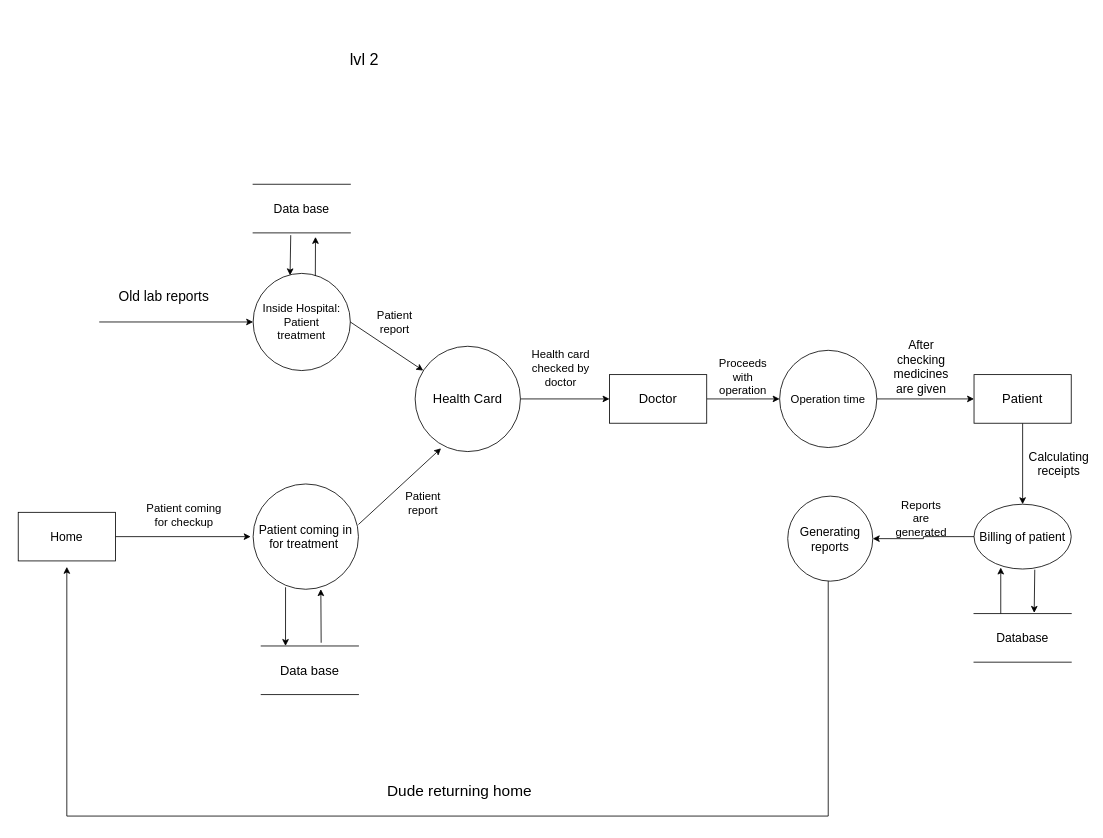
This is Lvl 2.drawio from Spart-v6/diagram, a draw.io file, before an edit. Source tidied: cells renumbered, new cells numbered last; positions are measured from the earlier drawing's top-left corner, leaving out a move shared by most shapes. Both pictures are drawn from the tidied source at 81%, with x=0, y=0 at pixel (18, 14). Pictures stored in the file or linked from it are replaced by grey dashed boxes.
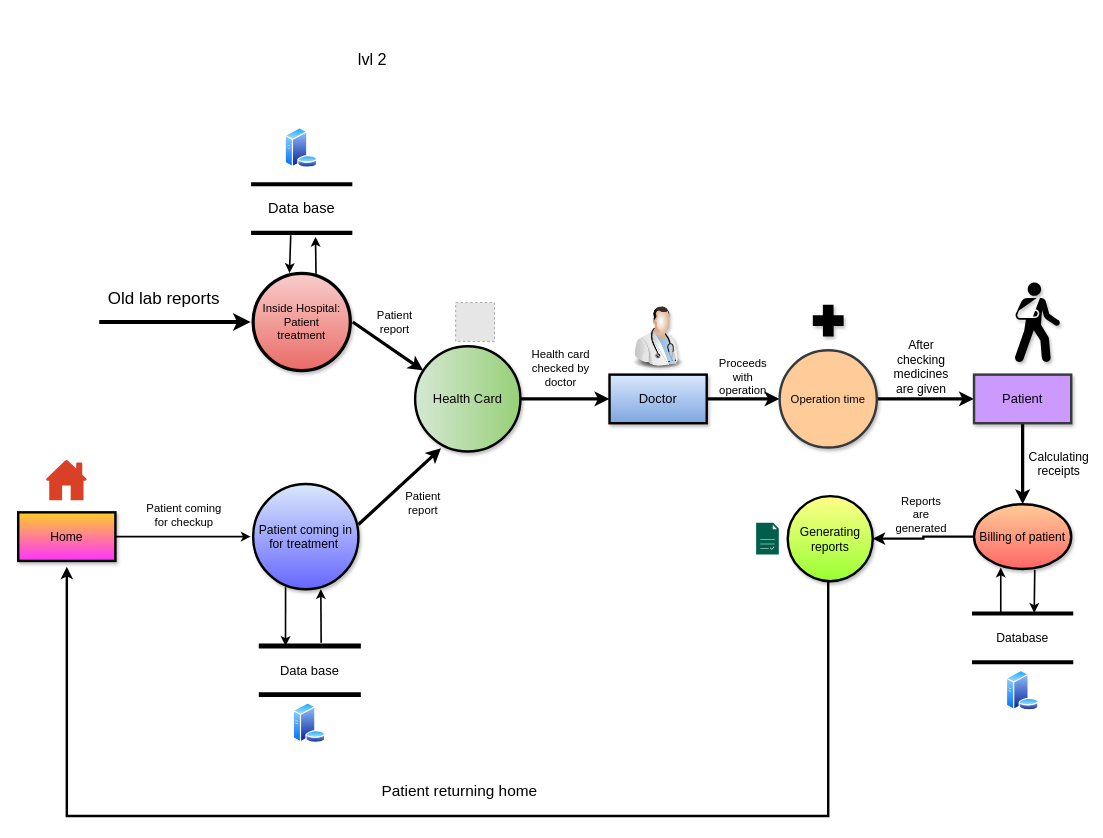
Above is the later version.

The edit, as a diff of the source:
```diff
@@
     <mxCell id="2" value="&lt;font style=&quot;font-size: 20px&quot;&gt;lvl 2&lt;/font&gt;" style="text;html=1;strokeColor=none;fillColor=none;align=center;verticalAlign=middle;whiteSpace=wrap;rounded=0;" parent="1" vertex="1">
-      <mxGeometry x="290" width="275" height="110" as="geometry" />
+      <mxGeometry x="300" width="275" height="110" as="geometry" />
     </mxCell>
-    <mxCell id="3" value="&lt;font style=&quot;font-size: 14px&quot;&gt;Inside Hospital:&lt;br&gt;Patient&lt;br&gt;treatment&lt;/font&gt;" style="ellipse;whiteSpace=wrap;html=1;" parent="1" vertex="1">
+    <mxCell id="3" value="&lt;font style=&quot;font-size: 14px&quot;&gt;Inside Hospital:&lt;br&gt;Patient&lt;br&gt;treatment&lt;/font&gt;" style="ellipse;whiteSpace=wrap;html=1;gradientDirection=south;strokeWidth=4;perimeterSpacing=3;shadow=1;sketch=0;gradientColor=#ea6b66;fillColor=#f8cecc;" parent="1" vertex="1">
       <mxGeometry x="290" y="320" width="120" height="120" as="geometry" />
     </mxCell>
-    <mxCell id="4" value="&lt;font style=&quot;font-size: 15px&quot;&gt;Data base&lt;/font&gt;" style="shape=partialRectangle;whiteSpace=wrap;html=1;left=0;right=0;fillColor=none;" parent="1" vertex="1">
+    <mxCell id="4" value="&lt;font style=&quot;font-size: 18px&quot;&gt;Data base&lt;/font&gt;" style="shape=partialRectangle;whiteSpace=wrap;html=1;left=0;right=0;fillColor=none;strokeWidth=5;" parent="1" vertex="1">
       <mxGeometry x="290" y="210" width="120" height="60" as="geometry" />
     </mxCell>
-    <mxCell id="5" style="endArrow=classic;html=1;exitX=0.64;exitY=0.027;exitDx=0;exitDy=0;exitPerimeter=0;" parent="1" edge="1" source="3">
+    <mxCell id="5" style="endArrow=classic;html=1;exitX=0.64;exitY=0.027;exitDx=0;exitDy=0;exitPerimeter=0;strokeWidth=2;" parent="1" edge="1" source="3">
       <mxGeometry relative="1" as="geometry">
         <mxPoint x="367" y="275" as="targetPoint" />
       </mxGeometry>
     </mxCell>
-    <mxCell id="6" style="endArrow=classic;html=1;exitX=0.387;exitY=1.047;exitDx=0;exitDy=0;exitPerimeter=0;entryX=0.38;entryY=0.02;entryDx=0;entryDy=0;entryPerimeter=0;" parent="1" edge="1" source="4" target="3">
+    <mxCell id="6" style="endArrow=classic;html=1;exitX=0.387;exitY=1.047;exitDx=0;exitDy=0;exitPerimeter=0;entryX=0.38;entryY=0.02;entryDx=0;entryDy=0;entryPerimeter=0;strokeWidth=2;" parent="1" edge="1" source="4" target="3">
       <mxGeometry relative="1" as="geometry" />
     </mxCell>
-    <mxCell id="7" style="endArrow=classic;html=1;exitX=1;exitY=0.5;exitDx=0;exitDy=0;" parent="1" edge="1" source="3">
+    <mxCell id="7" style="endArrow=classic;html=1;exitX=1;exitY=0.5;exitDx=0;exitDy=0;strokeWidth=4;" parent="1" edge="1" source="3">
       <mxGeometry relative="1" as="geometry">
         <mxPoint x="500" y="440" as="targetPoint" />
       </mxGeometry>
     </mxCell>
-    <mxCell id="8" style="edgeStyle=orthogonalEdgeStyle;rounded=0;jettySize=auto;html=1;entryX=0;entryY=0.5;entryDx=0;entryDy=0;" parent="1" edge="1" source="9" target="21">
+    <mxCell id="8" style="edgeStyle=orthogonalEdgeStyle;rounded=0;jettySize=auto;html=1;entryX=0;entryY=0.5;entryDx=0;entryDy=0;strokeWidth=4;" parent="1" edge="1" source="9" target="21">
       <mxGeometry relative="1" as="geometry" />
     </mxCell>
-    <mxCell id="9" value="&lt;font style=&quot;font-size: 16px&quot;&gt;Health Card&lt;/font&gt;" style="ellipse;whiteSpace=wrap;html=1;" parent="1" vertex="1">
+    <mxCell id="9" value="&lt;font style=&quot;font-size: 16px&quot;&gt;Health Card&lt;/font&gt;" style="ellipse;whiteSpace=wrap;html=1;fillColor=#d5e8d4;strokeWidth=3;gradientColor=#97d077;gradientDirection=east;shadow=1;" parent="1" vertex="1">
       <mxGeometry x="490" y="410" width="130" height="130" as="geometry" />
     </mxCell>
-    <mxCell id="10" value="&lt;font style=&quot;font-size: 15px&quot;&gt;Patient coming in&lt;br&gt;for treatment&amp;nbsp;&lt;/font&gt;" style="ellipse;whiteSpace=wrap;html=1;" parent="1" vertex="1">
+    <mxCell id="10" value="&lt;font style=&quot;font-size: 15px&quot;&gt;Patient coming in&lt;br&gt;for treatment&amp;nbsp;&lt;/font&gt;" style="ellipse;whiteSpace=wrap;html=1;fillColor=#dae8fc;strokeWidth=3;gradientColor=#6666FF;shadow=1;" parent="1" vertex="1">
       <mxGeometry x="290" y="580" width="130" height="130" as="geometry" />
     </mxCell>
-    <mxCell id="11" value="&lt;font style=&quot;font-size: 16px&quot;&gt;Data base&lt;/font&gt;" style="shape=partialRectangle;whiteSpace=wrap;html=1;left=0;right=0;fillColor=none;" parent="1" vertex="1">
+    <mxCell id="11" value="&lt;font style=&quot;font-size: 16px&quot;&gt;Data base&lt;/font&gt;" style="shape=partialRectangle;whiteSpace=wrap;html=1;left=0;right=0;fillColor=none;strokeWidth=6;" parent="1" vertex="1">
       <mxGeometry x="300" y="780" width="120" height="60" as="geometry" />
     </mxCell>
-    <mxCell id="12" style="endArrow=classic;html=1;exitX=1;exitY=0.385;exitDx=0;exitDy=0;exitPerimeter=0;entryX=0.246;entryY=0.969;entryDx=0;entryDy=0;entryPerimeter=0;" parent="1" edge="1" source="10" target="9">
+    <mxCell id="12" style="endArrow=classic;html=1;exitX=1;exitY=0.385;exitDx=0;exitDy=0;exitPerimeter=0;entryX=0.246;entryY=0.969;entryDx=0;entryDy=0;entryPerimeter=0;strokeWidth=4;" parent="1" edge="1" source="10" target="9">
       <mxGeometry relative="1" as="geometry" />
     </mxCell>
-    <mxCell id="13" style="endArrow=classic;html=1;exitX=1;exitY=0.5;exitDx=0;exitDy=0;" parent="1" edge="1" source="14">
+    <mxCell id="13" style="endArrow=classic;html=1;exitX=1;exitY=0.5;exitDx=0;exitDy=0;strokeWidth=2;" parent="1" edge="1" source="14">
       <mxGeometry relative="1" as="geometry">
         <mxPoint x="287" y="645" as="targetPoint" />
       </mxGeometry>
     </mxCell>
-    <mxCell id="14" value="&lt;font style=&quot;font-size: 15px&quot;&gt;Home&lt;/font&gt;" style="rounded=0;whiteSpace=wrap;html=1;" parent="1" vertex="1">
+    <mxCell id="14" value="&lt;font style=&quot;font-size: 15px&quot;&gt;Home&lt;/font&gt;" style="rounded=0;whiteSpace=wrap;html=1;fillColor=#ffcd28;gradientColor=#FF33FF;strokeWidth=3;shadow=1;" parent="1" vertex="1">
       <mxGeometry y="615" width="120" height="60" as="geometry" />
     </mxCell>
@@
-    <mxCell id="18" style="endArrow=classic;html=1;entryX=0.643;entryY=0.999;entryDx=0;entryDy=0;entryPerimeter=0;" parent="1" edge="1" target="10">
+    <mxCell id="18" style="endArrow=classic;html=1;entryX=0.643;entryY=0.999;entryDx=0;entryDy=0;entryPerimeter=0;strokeWidth=2;" parent="1" edge="1" target="10">
       <mxGeometry relative="1" as="geometry">
         <mxPoint x="374" y="776" as="sourcePoint" />
       </mxGeometry>
     </mxCell>
-    <mxCell id="19" style="endArrow=classic;html=1;entryX=0.25;entryY=0;entryDx=0;entryDy=0;exitX=0.308;exitY=0.981;exitDx=0;exitDy=0;exitPerimeter=0;" parent="1" edge="1" source="10" target="11">
+    <mxCell id="19" style="endArrow=classic;html=1;entryX=0.25;entryY=0;entryDx=0;entryDy=0;exitX=0.308;exitY=0.981;exitDx=0;exitDy=0;exitPerimeter=0;strokeWidth=2;" parent="1" edge="1" source="10" target="11">
       <mxGeometry relative="1" as="geometry" />
     </mxCell>
-    <mxCell id="20" style="edgeStyle=orthogonalEdgeStyle;rounded=0;jettySize=auto;html=1;" parent="1" edge="1" source="21" target="24">
+    <mxCell id="20" style="edgeStyle=orthogonalEdgeStyle;rounded=0;jettySize=auto;html=1;strokeWidth=4;" parent="1" edge="1" source="21" target="24">
       <mxGeometry relative="1" as="geometry" />
     </mxCell>
-    <mxCell id="21" value="&lt;font style=&quot;font-size: 16px&quot;&gt;Doctor&lt;/font&gt;" style="rounded=0;whiteSpace=wrap;html=1;" parent="1" vertex="1">
+    <mxCell id="21" value="&lt;font style=&quot;font-size: 16px&quot;&gt;Doctor&lt;/font&gt;" style="rounded=0;whiteSpace=wrap;html=1;fillColor=#dae8fc;gradientColor=#7ea6e0;strokeWidth=3;shadow=1;glass=0;sketch=0;" parent="1" vertex="1">
       <mxGeometry x="730" y="445" width="120" height="60" as="geometry" />
     </mxCell>
@@
-    <mxCell id="23" style="edgeStyle=orthogonalEdgeStyle;rounded=0;jettySize=auto;html=1;entryX=0;entryY=0.5;entryDx=0;entryDy=0;" parent="1" edge="1" source="24" target="26">
+    <mxCell id="23" style="edgeStyle=orthogonalEdgeStyle;rounded=0;jettySize=auto;html=1;entryX=0;entryY=0.5;entryDx=0;entryDy=0;strokeWidth=4;" parent="1" edge="1" source="24" target="26">
       <mxGeometry relative="1" as="geometry" />
     </mxCell>
-    <mxCell id="24" value="&lt;font style=&quot;font-size: 14px&quot;&gt;Operation time&lt;/font&gt;" style="ellipse;whiteSpace=wrap;html=1;" parent="1" vertex="1">
+    <mxCell id="24" value="&lt;font style=&quot;font-size: 14px&quot;&gt;Operation time&lt;/font&gt;" style="ellipse;whiteSpace=wrap;html=1;fillColor=#ffcc99;strokeColor=#36393d;strokeWidth=3;shadow=1;" parent="1" vertex="1">
       <mxGeometry x="940" y="415" width="120" height="120" as="geometry" />
     </mxCell>
-    <mxCell id="25" style="edgeStyle=orthogonalEdgeStyle;rounded=0;jettySize=auto;html=1;entryX=0.5;entryY=0;entryDx=0;entryDy=0;" parent="1" edge="1" source="26" target="29">
+    <mxCell id="25" style="edgeStyle=orthogonalEdgeStyle;rounded=0;jettySize=auto;html=1;entryX=0.5;entryY=0;entryDx=0;entryDy=0;strokeWidth=4;" parent="1" edge="1" source="26" target="29">
       <mxGeometry relative="1" as="geometry" />
     </mxCell>
-    <mxCell id="26" value="&lt;font style=&quot;font-size: 16px&quot;&gt;Patient&lt;/font&gt;" style="rounded=0;whiteSpace=wrap;html=1;" parent="1" vertex="1">
+    <mxCell id="26" value="&lt;font style=&quot;font-size: 16px&quot;&gt;Patient&lt;/font&gt;" style="rounded=0;whiteSpace=wrap;html=1;strokeWidth=3;strokeColor=#36393d;fillColor=#CC99FF;gradientColor=#CC99FF;shadow=1;" parent="1" vertex="1">
       <mxGeometry x="1180" y="445" width="120" height="60" as="geometry" />
     </mxCell>
@@
-    <mxCell id="28" style="edgeStyle=orthogonalEdgeStyle;rounded=0;jettySize=auto;html=1;entryX=1;entryY=0.5;entryDx=0;entryDy=0;" parent="1" edge="1" source="29" target="33">
+    <mxCell id="28" style="edgeStyle=orthogonalEdgeStyle;rounded=0;jettySize=auto;html=1;entryX=1;entryY=0.5;entryDx=0;entryDy=0;strokeWidth=3;" parent="1" edge="1" source="29" target="33">
       <mxGeometry relative="1" as="geometry" />
     </mxCell>
-    <mxCell id="29" value="&lt;font style=&quot;font-size: 15px&quot;&gt;Billing of patient&lt;/font&gt;" style="ellipse;whiteSpace=wrap;html=1;" parent="1" vertex="1">
+    <mxCell id="29" value="&lt;font style=&quot;font-size: 15px&quot;&gt;Billing of patient&lt;/font&gt;" style="ellipse;whiteSpace=wrap;html=1;fillColor=#ffcc99;gradientColor=#FF6666;strokeWidth=3;shadow=1;" parent="1" vertex="1">
       <mxGeometry x="1180" y="605" width="120" height="80" as="geometry" />
     </mxCell>
@@
-    <mxCell id="31" value="&lt;font style=&quot;font-size: 15px&quot;&gt;Database&lt;/font&gt;" style="shape=partialRectangle;whiteSpace=wrap;html=1;left=0;right=0;fillColor=none;" parent="1" vertex="1">
+    <mxCell id="31" value="&lt;font style=&quot;font-size: 15px&quot;&gt;Database&lt;/font&gt;" style="shape=partialRectangle;whiteSpace=wrap;html=1;left=0;right=0;fillColor=none;strokeWidth=5;" parent="1" vertex="1">
       <mxGeometry x="1180" y="740" width="120" height="60" as="geometry" />
     </mxCell>
-    <mxCell id="32" style="edgeStyle=orthogonalEdgeStyle;rounded=0;jettySize=auto;html=1;" parent="1" edge="1" source="33">
+    <mxCell id="32" style="edgeStyle=orthogonalEdgeStyle;rounded=0;jettySize=auto;html=1;strokeWidth=3;" parent="1" edge="1" source="33">
       <mxGeometry relative="1" as="geometry">
         <mxPoint x="60" y="682.3" as="targetPoint" />
         <Array as="points">
           <mxPoint x="1000" y="990" />
           <mxPoint x="60" y="990" />
         </Array>
       </mxGeometry>
     </mxCell>
-    <mxCell id="33" value="&lt;font style=&quot;font-size: 15px&quot;&gt;Generating reports&lt;/font&gt;" style="ellipse;whiteSpace=wrap;html=1;" parent="1" vertex="1">
+    <mxCell id="33" value="&lt;font style=&quot;font-size: 15px&quot;&gt;Generating reports&lt;/font&gt;" style="ellipse;whiteSpace=wrap;html=1;fillColor=#ffff88;gradientColor=#99FF33;strokeWidth=3;shadow=1;" parent="1" vertex="1">
       <mxGeometry x="950" y="595" width="105" height="105" as="geometry" />
     </mxCell>
-    <mxCell id="34" style="endArrow=classic;html=1;exitX=0.625;exitY=1.01;exitDx=0;exitDy=0;exitPerimeter=0;entryX=0.619;entryY=-0.014;entryDx=0;entryDy=0;entryPerimeter=0;" parent="1" edge="1" source="29" target="31">
+    <mxCell id="34" style="endArrow=classic;html=1;exitX=0.625;exitY=1.01;exitDx=0;exitDy=0;exitPerimeter=0;entryX=0.619;entryY=-0.014;entryDx=0;entryDy=0;entryPerimeter=0;strokeWidth=2;" parent="1" edge="1" source="29" target="31">
       <mxGeometry relative="1" as="geometry" />
     </mxCell>
-    <mxCell id="35" style="endArrow=classic;html=1;entryX=0.275;entryY=0.977;entryDx=0;entryDy=0;entryPerimeter=0;" parent="1" edge="1" target="29">
+    <mxCell id="35" style="endArrow=classic;html=1;entryX=0.275;entryY=0.977;entryDx=0;entryDy=0;entryPerimeter=0;strokeWidth=2;" parent="1" edge="1" target="29">
       <mxGeometry relative="1" as="geometry">
         <mxPoint x="1213" y="740" as="sourcePoint" />
       </mxGeometry>
     </mxCell>
-    <mxCell id="36" value="&lt;font style=&quot;font-size: 19px&quot;&gt;Dude returning home&lt;/font&gt;" style="text;html=1;strokeColor=none;fillColor=none;align=center;verticalAlign=middle;whiteSpace=wrap;rounded=0;" parent="1" vertex="1">
+    <mxCell id="36" value="&lt;font style=&quot;font-size: 19px&quot;&gt;Patient returning home&lt;/font&gt;" style="text;html=1;strokeColor=none;fillColor=none;align=center;verticalAlign=middle;whiteSpace=wrap;rounded=0;" parent="1" vertex="1">
       <mxGeometry x="440" y="930" width="210" height="60" as="geometry" />
     </mxCell>
@@
     <mxCell id="38" value="&lt;font style=&quot;font-size: 14px&quot;&gt;Reports are generated&lt;/font&gt;" style="text;html=1;strokeColor=none;fillColor=none;align=center;verticalAlign=middle;whiteSpace=wrap;rounded=0;" parent="1" vertex="1">
-      <mxGeometry x="1080" y="605" width="70" height="35" as="geometry" />
+      <mxGeometry x="1080" y="600" width="70" height="35" as="geometry" />
     </mxCell>
-    <mxCell id="39" style="endArrow=classic;html=1;entryX=0;entryY=0.5;entryDx=0;entryDy=0;" parent="1" edge="1" target="3">
+    <mxCell id="39" style="endArrow=classic;html=1;entryX=0;entryY=0.5;entryDx=0;entryDy=0;rounded=1;strokeWidth=5;" parent="1" edge="1" target="3">
       <mxGeometry relative="1" as="geometry">
         <mxPoint x="100" y="380" as="sourcePoint" />
       </mxGeometry>
     </mxCell>
-    <mxCell id="40" value="&lt;font style=&quot;font-size: 17px&quot;&gt;Old lab reports&lt;/font&gt;" style="text;html=1;strokeColor=none;fillColor=none;align=center;verticalAlign=middle;whiteSpace=wrap;rounded=0;" parent="1" vertex="1">
+    <mxCell id="40" value="&lt;font style=&quot;font-size: 21px&quot;&gt;Old lab reports&lt;/font&gt;" style="text;html=1;strokeColor=none;fillColor=none;align=center;verticalAlign=middle;whiteSpace=wrap;rounded=0;" parent="1" vertex="1">
       <mxGeometry x="100" y="320" width="160" height="59" as="geometry" />
     </mxCell>
+    <mxCell id="41" style="shape=mxgraph.signs.healthcare.first_aid;html=1;fillColor=#000000;strokeColor=none;verticalLabelPosition=bottom;verticalAlign=top;align=center;rounded=0;shadow=1;glass=0;sketch=0;" parent="1" vertex="1">
+      <mxGeometry x="981" y="358.8" width="38" height="39" as="geometry" />
+    </mxCell>
+    <mxCell id="42" style="shape=mxgraph.signs.healthcare.out_patient;html=1;fillColor=#000000;strokeColor=none;verticalLabelPosition=bottom;verticalAlign=top;align=center;rounded=0;shadow=1;glass=0;sketch=0;" parent="1" vertex="1">
+      <mxGeometry x="1230" y="331" width="56" height="99" as="geometry" />
+    </mxCell>
+    <mxCell id="43" style="shadow=0;dashed=0;html=1;strokeColor=none;labelPosition=center;verticalLabelPosition=bottom;verticalAlign=top;align=center;shape=mxgraph.office.concepts.home;fillColor=#DA4026;rounded=0;glass=0;sketch=0;" parent="1" vertex="1">
+      <mxGeometry x="34" y="550" width="51" height="50" as="geometry" />
+    </mxCell>
+    <mxCell id="44" style="image;html=1;image=img/lib/clip_art/people/Doctor_Man_128x128.png;rounded=0;shadow=1;glass=0;sketch=0;strokeColor=#000000;strokeWidth=3;fillColor=#CC99FF;gradientColor=#6666FF;" parent="1" vertex="1">
+      <mxGeometry x="750" y="359" width="80" height="80" as="geometry" />
+    </mxCell>
+    <mxCell id="45" style="perimeter=ellipsePerimeter;html=1;align=center;shadow=0;dashed=0;spacingTop=3;image;image=img/lib/active_directory/database_server.svg;rounded=0;glass=0;sketch=0;strokeColor=#000000;strokeWidth=3;fillColor=#CC99FF;gradientColor=#6666FF;" parent="1" vertex="1">
+      <mxGeometry x="329" y="140" width="41" height="50" as="geometry" />
+    </mxCell>
+    <mxCell id="46" style="perimeter=ellipsePerimeter;html=1;align=center;shadow=0;dashed=0;spacingTop=3;image;image=img/lib/active_directory/database_server.svg;rounded=0;glass=0;sketch=0;strokeColor=#000000;strokeWidth=3;fillColor=#CC99FF;gradientColor=#6666FF;" parent="1" vertex="1">
+      <mxGeometry x="1219.5" y="810" width="41" height="50" as="geometry" />
+    </mxCell>
+    <mxCell id="47" style="perimeter=ellipsePerimeter;html=1;align=center;shadow=0;dashed=0;spacingTop=3;image;image=img/lib/active_directory/database_server.svg;rounded=0;glass=0;sketch=0;strokeColor=#000000;strokeWidth=3;fillColor=#CC99FF;gradientColor=#6666FF;" parent="1" vertex="1">
+      <mxGeometry x="339" y="850" width="41" height="50" as="geometry" />
+    </mxCell>
+    <mxCell id="48" style="shadow=0;dashed=0;html=1;strokeColor=none;fillColor=#005F4B;labelPosition=center;verticalLabelPosition=bottom;verticalAlign=top;align=center;shape=mxgraph.veeam2.report;rounded=0;glass=0;sketch=0;" parent="1" vertex="1">
+      <mxGeometry x="911" y="628" width="28" height="39" as="geometry" />
+    </mxCell>
+    <mxCell id="49" style="fillColor=#E6E6E6;strokeColor=#999999;dashed=1;html=1;verticalAlign=top;verticalLabelPosition=bottom;labelBackgroundColor=#ffffff;" parent="1" vertex="1">
+      <mxGeometry x="540" y="356" width="48" height="48" as="geometry" />
+    </mxCell>
```
